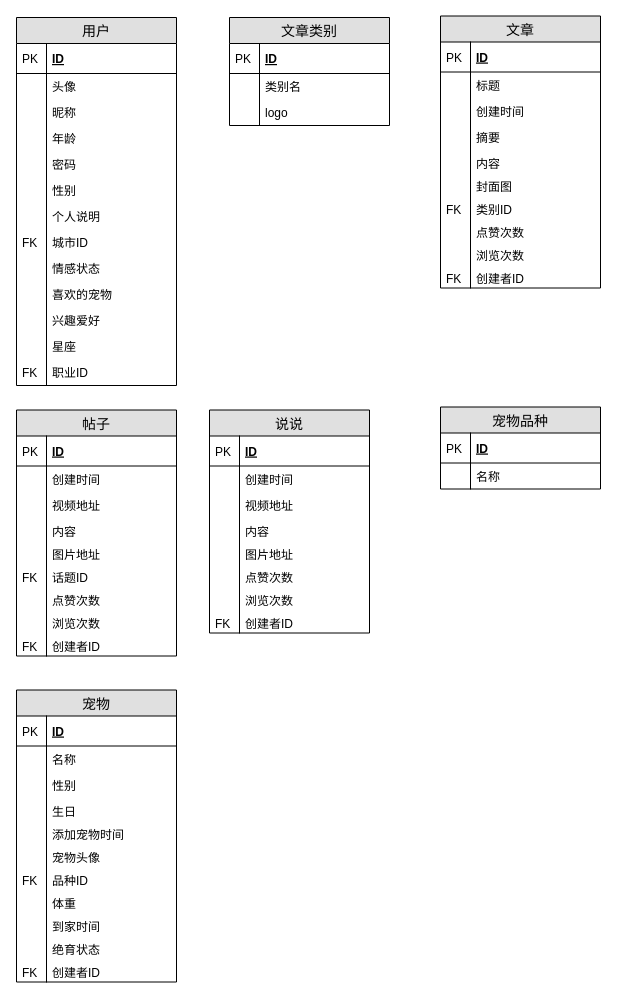
JMHello/draw keeps this draw.io diagram as pet/uml/面向对象数据库设计.drawio. Above is the earlier version. Source tidied: cells renumbered, new cells numbered last; positions are measured from the earlier drawing's top-left corner, leaving out a move shared by most shapes. Both pictures are drawn from the tidied source at 100%, with x=0, y=0 at pixel (16, 15).
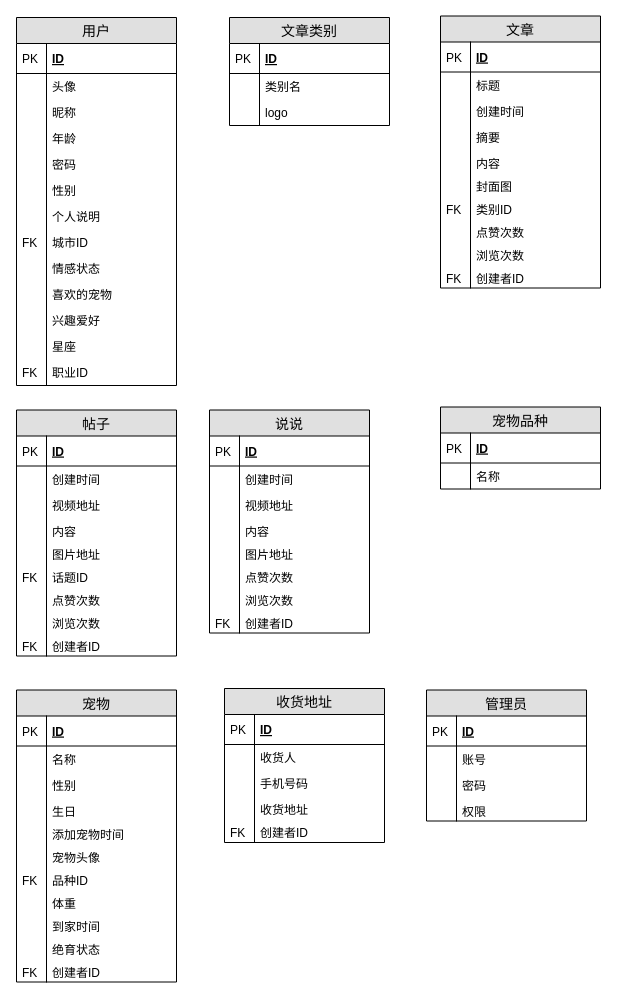
After the change.

Commit message (it also covers changes not shown here):
Update 面向对象数据库设计.drawio

The edit, as a diff of the source:
```diff
@@
+    <mxCell id="121" value="收货地址" style="swimlane;fontStyle=0;horizontal=1;startSize=26;fillColor=#e0e0e0;swimlaneFillColor=#ffffff;align=center;fontSize=14;" parent="1" vertex="1">
+      <mxGeometry x="208" y="673" width="160" height="154" as="geometry" />
+    </mxCell>
+    <mxCell id="122" value="ID" style="shape=partialRectangle;top=0;left=0;right=0;bottom=1;align=left;verticalAlign=middle;fillColor=none;spacingLeft=34;spacingRight=4;overflow=hidden;fontStyle=5;fontSize=12;" parent="121" vertex="1">
+      <mxGeometry y="26" width="160" height="30" as="geometry" />
+    </mxCell>
+    <mxCell id="123" value="PK" style="shape=partialRectangle;top=0;left=0;bottom=0;fillColor=none;align=left;verticalAlign=middle;spacingLeft=4;spacingRight=4;overflow=hidden;fontSize=12;" parent="122" vertex="1">
+      <mxGeometry width="30" height="30" as="geometry" />
+    </mxCell>
+    <mxCell id="124" value="收货人" style="shape=partialRectangle;top=0;left=0;right=0;bottom=0;align=left;verticalAlign=top;fillColor=none;spacingLeft=34;spacingRight=4;overflow=hidden;fontSize=12;" parent="121" vertex="1">
+      <mxGeometry y="56" width="160" height="26" as="geometry" />
+    </mxCell>
+    <mxCell id="125" style="shape=partialRectangle;top=0;left=0;bottom=0;fillColor=none;align=left;verticalAlign=top;spacingLeft=4;spacingRight=4;overflow=hidden;fontSize=12;" parent="124" vertex="1">
+      <mxGeometry width="30" height="26" as="geometry" />
+    </mxCell>
+    <mxCell id="126" value="手机号码" style="shape=partialRectangle;top=0;left=0;right=0;bottom=0;align=left;verticalAlign=top;fillColor=none;spacingLeft=34;spacingRight=4;overflow=hidden;fontSize=12;" parent="121" vertex="1">
+      <mxGeometry y="82" width="160" height="26" as="geometry" />
+    </mxCell>
+    <mxCell id="127" style="shape=partialRectangle;top=0;left=0;bottom=0;fillColor=none;align=left;verticalAlign=top;spacingLeft=4;spacingRight=4;overflow=hidden;fontSize=12;" parent="126" vertex="1">
+      <mxGeometry width="30" height="26" as="geometry" />
+    </mxCell>
+    <mxCell id="128" value="收货地址" style="shape=partialRectangle;top=0;left=0;right=0;bottom=0;align=left;verticalAlign=top;fillColor=none;spacingLeft=34;spacingRight=4;overflow=hidden;fontSize=12;" parent="121" vertex="1">
+      <mxGeometry y="108" width="160" height="23" as="geometry" />
+    </mxCell>
+    <mxCell id="129" style="shape=partialRectangle;top=0;left=0;bottom=0;fillColor=none;align=left;verticalAlign=top;spacingLeft=4;spacingRight=4;overflow=hidden;fontSize=12;" parent="128" vertex="1">
+      <mxGeometry width="30" height="23" as="geometry" />
+    </mxCell>
+    <mxCell id="130" value="创建者ID" style="shape=partialRectangle;top=0;left=0;right=0;bottom=0;align=left;verticalAlign=top;fillColor=none;spacingLeft=34;spacingRight=4;overflow=hidden;fontSize=12;" parent="121" vertex="1">
+      <mxGeometry y="131" width="160" height="23" as="geometry" />
+    </mxCell>
+    <mxCell id="131" value="FK" style="shape=partialRectangle;top=0;left=0;bottom=0;fillColor=none;align=left;verticalAlign=top;spacingLeft=4;spacingRight=4;overflow=hidden;fontSize=12;" parent="130" vertex="1">
+      <mxGeometry width="30" height="23" as="geometry" />
+    </mxCell>
+    <mxCell id="132" value="管理员" style="swimlane;fontStyle=0;horizontal=1;startSize=26;fillColor=#e0e0e0;swimlaneFillColor=#ffffff;align=center;fontSize=14;" parent="1" vertex="1">
+      <mxGeometry x="410" y="674.5" width="160" height="131" as="geometry" />
+    </mxCell>
+    <mxCell id="133" value="ID" style="shape=partialRectangle;top=0;left=0;right=0;bottom=1;align=left;verticalAlign=middle;fillColor=none;spacingLeft=34;spacingRight=4;overflow=hidden;fontStyle=5;fontSize=12;" parent="132" vertex="1">
+      <mxGeometry y="26" width="160" height="30" as="geometry" />
+    </mxCell>
+    <mxCell id="134" value="PK" style="shape=partialRectangle;top=0;left=0;bottom=0;fillColor=none;align=left;verticalAlign=middle;spacingLeft=4;spacingRight=4;overflow=hidden;fontSize=12;" parent="133" vertex="1">
+      <mxGeometry width="30" height="30" as="geometry" />
+    </mxCell>
+    <mxCell id="135" value="账号" style="shape=partialRectangle;top=0;left=0;right=0;bottom=0;align=left;verticalAlign=top;fillColor=none;spacingLeft=34;spacingRight=4;overflow=hidden;fontSize=12;" parent="132" vertex="1">
+      <mxGeometry y="56" width="160" height="26" as="geometry" />
+    </mxCell>
+    <mxCell id="136" style="shape=partialRectangle;top=0;left=0;bottom=0;fillColor=none;align=left;verticalAlign=top;spacingLeft=4;spacingRight=4;overflow=hidden;fontSize=12;" parent="135" vertex="1">
+      <mxGeometry width="30" height="26" as="geometry" />
+    </mxCell>
+    <mxCell id="137" value="密码" style="shape=partialRectangle;top=0;left=0;right=0;bottom=0;align=left;verticalAlign=top;fillColor=none;spacingLeft=34;spacingRight=4;overflow=hidden;fontSize=12;" parent="132" vertex="1">
+      <mxGeometry y="82" width="160" height="26" as="geometry" />
+    </mxCell>
+    <mxCell id="138" style="shape=partialRectangle;top=0;left=0;bottom=0;fillColor=none;align=left;verticalAlign=top;spacingLeft=4;spacingRight=4;overflow=hidden;fontSize=12;" parent="137" vertex="1">
+      <mxGeometry width="30" height="26" as="geometry" />
+    </mxCell>
+    <mxCell id="139" value="权限" style="shape=partialRectangle;top=0;left=0;right=0;bottom=0;align=left;verticalAlign=top;fillColor=none;spacingLeft=34;spacingRight=4;overflow=hidden;fontSize=12;" parent="132" vertex="1">
+      <mxGeometry y="108" width="160" height="23" as="geometry" />
+    </mxCell>
+    <mxCell id="140" style="shape=partialRectangle;top=0;left=0;bottom=0;fillColor=none;align=left;verticalAlign=top;spacingLeft=4;spacingRight=4;overflow=hidden;fontSize=12;" parent="139" vertex="1">
+      <mxGeometry width="30" height="23" as="geometry" />
+    </mxCell>
```
